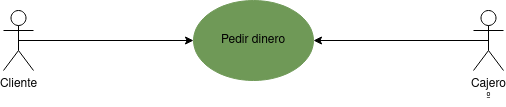
Before: img/prueba.png, a diagram exported from draw.io (ATPRodriguez/ets). Source tidied: cells renumbered, new cells last; positions are measured from the earlier drawing's top-left corner, leaving out a move shared by most shapes. The source it was exported from:
```xml
<mxGraphModel>
  <root>
    <mxCell id="0" />
    <mxCell id="1" parent="0" />
    <mxCell id="2" style="edgeStyle=orthogonalEdgeStyle;rounded=0;jettySize=auto;html=1;exitX=0.5;exitY=0.5;exitDx=0;exitDy=0;exitPerimeter=0;" parent="1" edge="1" source="3" target="6">
      <mxGeometry relative="1" as="geometry" />
    </mxCell>
    <mxCell id="3" value="&lt;div&gt;Cliente&lt;/div&gt;&lt;div&gt;&lt;br&gt;&lt;/div&gt;" style="shape=umlActor;verticalLabelPosition=bottom;verticalAlign=top;html=1;outlineConnect=0;" parent="1" vertex="1">
      <mxGeometry y="10" width="30" height="60" as="geometry" />
    </mxCell>
    <mxCell id="4" style="edgeStyle=orthogonalEdgeStyle;rounded=0;jettySize=auto;html=1;exitX=0.5;exitY=0.5;exitDx=0;exitDy=0;exitPerimeter=0;entryX=1;entryY=0.5;entryDx=0;entryDy=0;" parent="1" edge="1" source="5" target="6">
      <mxGeometry relative="1" as="geometry" />
    </mxCell>
    <mxCell id="5" value="&lt;div&gt;Cajero&lt;/div&gt;&lt;div&gt;º&lt;br&gt;&lt;/div&gt;" style="shape=umlActor;verticalLabelPosition=bottom;verticalAlign=top;html=1;outlineConnect=0;" parent="1" vertex="1">
      <mxGeometry x="470" y="10" width="30" height="60" as="geometry" />
    </mxCell>
    <mxCell id="6" value="Pedir dinero" style="ellipse;whiteSpace=wrap;html=1;fillColor=#6F9957;strokeColor=#6F9957;" parent="1" vertex="1">
      <mxGeometry x="190" width="120" height="80" as="geometry" />
    </mxCell>
  </root>
</mxGraphModel>
```
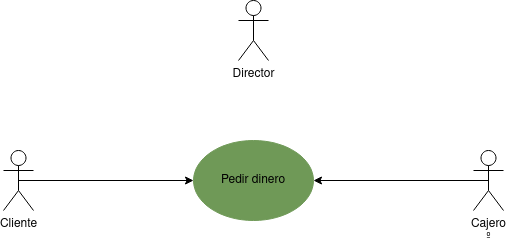
After the commit.

The edit, as a diff of the source:
```diff
@@ -17,5 +17,8 @@
     <mxCell id="6" value="Pedir dinero" style="ellipse;whiteSpace=wrap;html=1;fillColor=#6F9957;strokeColor=#6F9957;" parent="1" vertex="1">
       <mxGeometry x="190" width="120" height="80" as="geometry" />
     </mxCell>
+    <mxCell id="7" value="Director" style="shape=umlActor;verticalLabelPosition=bottom;verticalAlign=top;html=1;" parent="1" vertex="1">
+      <mxGeometry x="235" y="-140" width="30" height="60" as="geometry" />
+    </mxCell>
   </root>
 </mxGraphModel>
```
